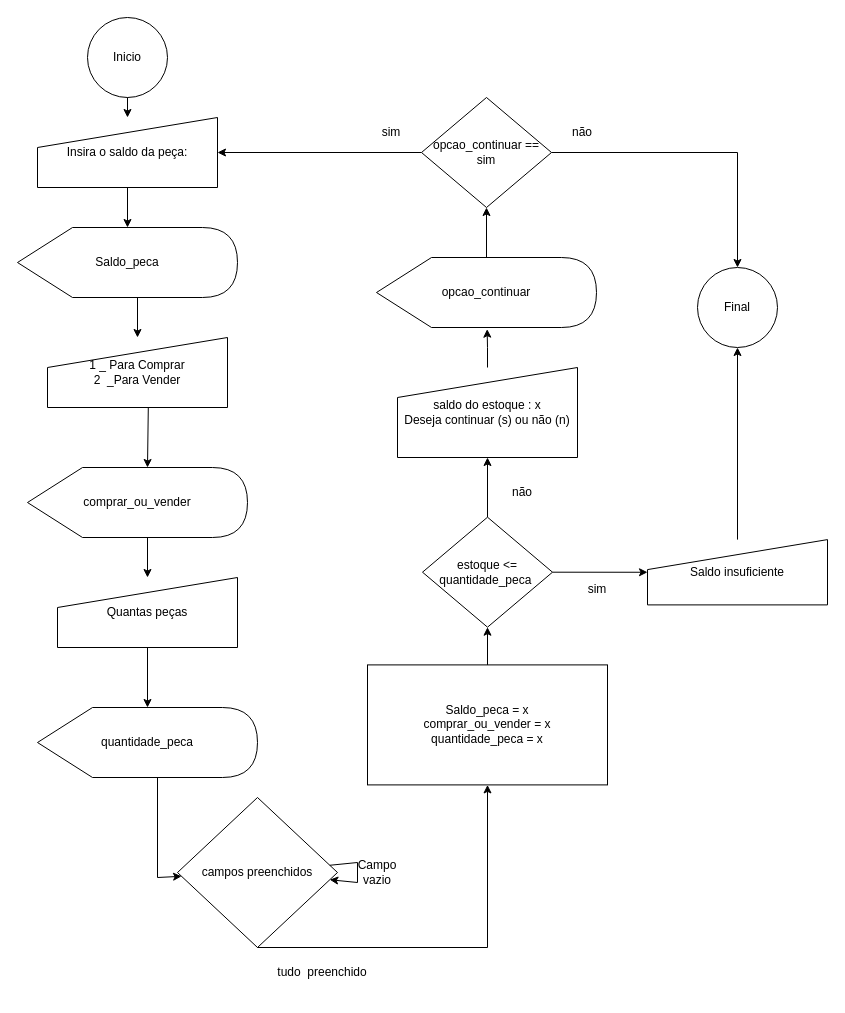
Above: Diagrama sem nome.drawio in Wsanbey/Logica_de_programacao_do_senae (draw.io), before the change. Source tidied: cells renumbered, new cells numbered last; positions are measured from the earlier drawing's top-left corner, leaving out a move shared by most shapes. Both pictures are drawn from the tidied source at 100%, with x=0, y=0 at pixel (17, 17).
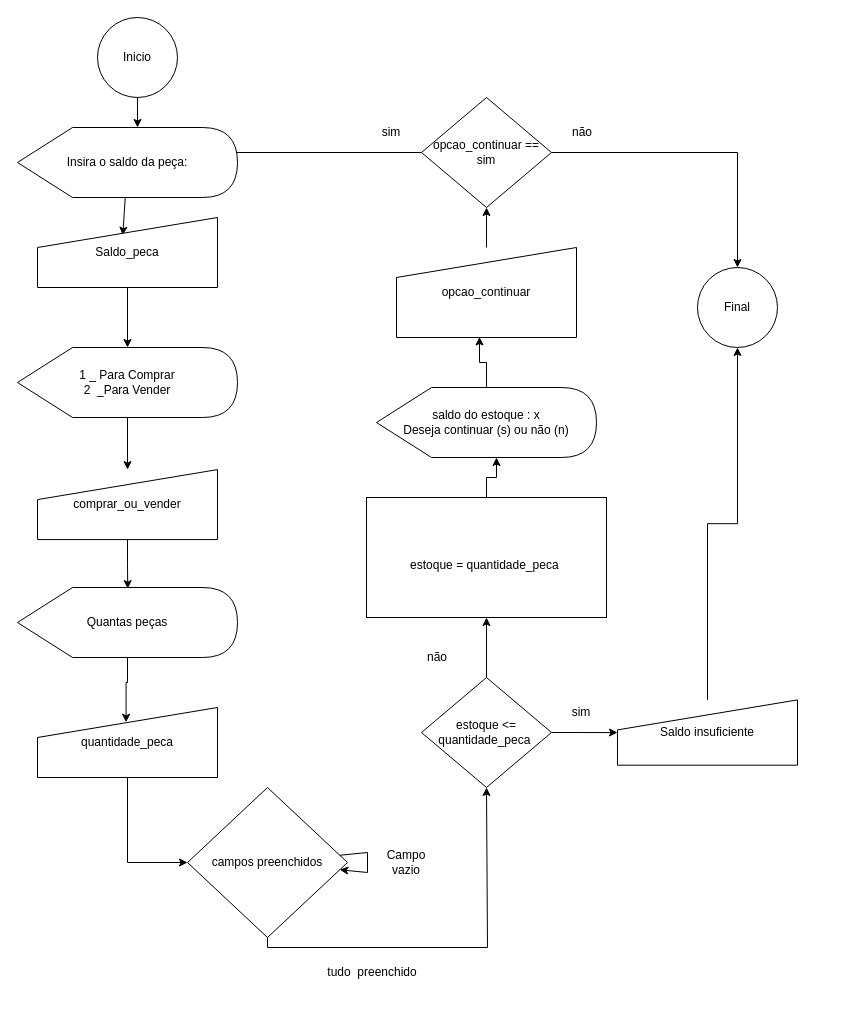
The same page after the edit.

Commit message:
redefinido os campos de entrada e saida de informações.drawio

Unchanged cells that the change refers to:
```xml
<mxCell id="35" value="opcao_continuar == sim" style="rhombus;whiteSpace=wrap;html=1;" parent="1" vertex="1">
  <mxGeometry x="404" y="80" width="130" height="110" as="geometry" />
</mxCell>
```

Change to the diagram source:
```diff
@@
     <mxCell id="2" value="Inicio" style="ellipse;whiteSpace=wrap;html=1;" parent="1" vertex="1">
-      <mxGeometry x="70" width="80" height="80" as="geometry" />
+      <mxGeometry x="80" width="80" height="80" as="geometry" />
     </mxCell>
-    <mxCell id="3" value="Insira o saldo da peça:" style="shape=manualInput;whiteSpace=wrap;html=1;" parent="1" vertex="1">
-      <mxGeometry x="20" y="100" width="180" height="70" as="geometry" />
-    </mxCell>
-    <mxCell id="4" value="Saldo_peca" style="shape=display;whiteSpace=wrap;html=1;" parent="1" vertex="1">
-      <mxGeometry y="210" width="220" height="70" as="geometry" />
-    </mxCell>
+    <mxCell id="40" style="edgeStyle=orthogonalEdgeStyle;rounded=0;jettySize=auto;html=1;entryX=0.5;entryY=1;entryDx=0;entryDy=0;" parent="1" edge="1" source="5" target="17">
+      <mxGeometry relative="1" as="geometry">
+        <Array as="points">
+          <mxPoint x="250" y="930" />
+          <mxPoint x="470" y="930" />
+        </Array>
+      </mxGeometry>
+    </mxCell>
     <mxCell id="5" value="campos preenchidos" style="rhombus;whiteSpace=wrap;html=1;" parent="1" vertex="1">
-      <mxGeometry x="160" y="780" width="160" height="150" as="geometry" />
+      <mxGeometry x="170" y="770" width="160" height="150" as="geometry" />
     </mxCell>
-    <mxCell id="6" value="Quantas peças" style="shape=manualInput;whiteSpace=wrap;html=1;" parent="1" vertex="1">
-      <mxGeometry x="40" y="560" width="180" height="70" as="geometry" />
-    </mxCell>
-    <mxCell id="7" value="1 _ Para Comprar&lt;br&gt;2&amp;nbsp; _Para Vender" style="shape=manualInput;whiteSpace=wrap;html=1;" parent="1" vertex="1">
-      <mxGeometry x="30" y="320" width="180" height="70" as="geometry" />
-    </mxCell>
-    <mxCell id="8" value="comprar_ou_vender" style="shape=display;whiteSpace=wrap;html=1;" parent="1" vertex="1">
-      <mxGeometry x="10" y="450" width="220" height="70" as="geometry" />
-    </mxCell>
-    <mxCell id="9" style="endArrow=classic;html=1;rounded=0;" parent="1" edge="1" source="2" target="3">
+    <mxCell id="9" style="endArrow=classic;html=1;rounded=0;entryX=0;entryY=0;entryDx=120;entryDy=0;entryPerimeter=0;" parent="1" edge="1" source="2" target="3">
       <mxGeometry relative="1" as="geometry" />
     </mxCell>
-    <mxCell id="10" style="endArrow=classic;html=1;rounded=0;" parent="1" edge="1" source="3" target="4">
+    <mxCell id="10" style="endArrow=classic;html=1;rounded=0;entryX=0.474;entryY=0.253;entryDx=0;entryDy=0;entryPerimeter=0;" parent="1" edge="1" source="3" target="4">
       <mxGeometry relative="1" as="geometry" />
     </mxCell>
-    <mxCell id="11" style="endArrow=classic;html=1;rounded=0;exitX=0;exitY=0;exitDx=120;exitDy=70;exitPerimeter=0;" parent="1" edge="1" source="4" target="7">
-      <mxGeometry relative="1" as="geometry" />
-    </mxCell>
-    <mxCell id="12" style="endArrow=classic;html=1;rounded=0;exitX=0.56;exitY=0.998;exitDx=0;exitDy=0;entryX=0;entryY=0;entryDx=120;entryDy=0;entryPerimeter=0;exitPerimeter=0;" parent="1" edge="1" source="7" target="8">
-      <mxGeometry relative="1" as="geometry" />
-    </mxCell>
@@
-    <mxCell id="14" style="endArrow=classic;html=1;rounded=0;exitX=0;exitY=0;exitDx=120;exitDy=70;exitPerimeter=0;" parent="1" edge="1" source="8" target="6">
-      <mxGeometry relative="1" as="geometry" />
-    </mxCell>
+    <mxCell id="41" style="edgeStyle=orthogonalEdgeStyle;rounded=0;jettySize=auto;html=1;entryX=0;entryY=0;entryDx=120;entryDy=70;entryPerimeter=0;" parent="1" edge="1" source="15" target="29">
+      <mxGeometry relative="1" as="geometry" />
+    </mxCell>
-    <mxCell id="15" value="Saldo_peca = x&lt;br&gt;comprar_ou_vender = x&lt;br&gt;quantidade_peca = x" style="rounded=0;whiteSpace=wrap;html=1;" parent="1" vertex="1">
-      <mxGeometry x="350" y="647.4" width="240" height="120" as="geometry" />
+    <mxCell id="15" value="&lt;br&gt;estoque = quantidade_peca&amp;nbsp;" style="rounded=0;whiteSpace=wrap;html=1;" parent="1" vertex="1">
+      <mxGeometry x="349" y="480" width="240" height="120" as="geometry" />
     </mxCell>
-    <mxCell id="16" style="endArrow=classic;html=1;rounded=0;exitX=0.5;exitY=1;exitDx=0;exitDy=0;" parent="1" edge="1" source="5" target="15">
-      <mxGeometry relative="1" as="geometry">
-        <Array as="points">
-          <mxPoint x="470" y="930" />
-        </Array>
-      </mxGeometry>
-    </mxCell>
+    <mxCell id="42" style="edgeStyle=orthogonalEdgeStyle;rounded=0;jettySize=auto;html=1;" parent="1" edge="1" source="17" target="15">
+      <mxGeometry relative="1" as="geometry" />
+    </mxCell>
     <mxCell id="17" value="estoque &amp;lt;= quantidade_peca&amp;nbsp;" style="rhombus;whiteSpace=wrap;html=1;" parent="1" vertex="1">
-      <mxGeometry x="405" y="499.7" width="130" height="110" as="geometry" />
+      <mxGeometry x="404" y="660" width="130" height="110" as="geometry" />
     </mxCell>
-    <mxCell id="18" style="endArrow=classic;html=1;rounded=0;exitX=0.5;exitY=0;exitDx=0;exitDy=0;" parent="1" edge="1" source="15" target="17">
-      <mxGeometry relative="1" as="geometry" />
-    </mxCell>
-    <mxCell id="19" value="quantidade_peca" style="shape=display;whiteSpace=wrap;html=1;" parent="1" vertex="1">
-      <mxGeometry x="20" y="690" width="220" height="70" as="geometry" />
-    </mxCell>
-    <mxCell id="20" style="endArrow=classic;html=1;rounded=0;exitX=0.5;exitY=1;exitDx=0;exitDy=0;" parent="1" edge="1" source="6" target="19">
-      <mxGeometry relative="1" as="geometry" />
-    </mxCell>
-    <mxCell id="21" style="endArrow=classic;html=1;rounded=0;exitX=0;exitY=0;exitDx=120;exitDy=70;exitPerimeter=0;" parent="1" edge="1" source="19" target="5">
-      <mxGeometry relative="1" as="geometry">
-        <Array as="points">
-          <mxPoint x="140" y="860" />
-        </Array>
-      </mxGeometry>
-    </mxCell>
     <mxCell id="22" value="tudo&amp;nbsp; preenchido" style="text;html=1;strokeColor=none;fillColor=none;align=center;verticalAlign=middle;whiteSpace=wrap;rounded=0;" parent="1" vertex="1">
-      <mxGeometry x="250" y="940" width="110" height="30" as="geometry" />
+      <mxGeometry x="300" y="940" width="110" height="30" as="geometry" />
     </mxCell>
     <mxCell id="23" value="Campo vazio" style="text;html=1;strokeColor=none;fillColor=none;align=center;verticalAlign=middle;whiteSpace=wrap;rounded=0;" parent="1" vertex="1">
-      <mxGeometry x="330" y="840" width="60" height="30" as="geometry" />
+      <mxGeometry x="359" y="830" width="60" height="30" as="geometry" />
     </mxCell>
     <mxCell id="24" value="sim" style="text;html=1;strokeColor=none;fillColor=none;align=center;verticalAlign=middle;whiteSpace=wrap;rounded=0;" parent="1" vertex="1">
-      <mxGeometry x="550" y="557.4" width="60" height="30" as="geometry" />
+      <mxGeometry x="534" y="680" width="60" height="30" as="geometry" />
     </mxCell>
@@
     <mxCell id="26" value="Saldo insuficiente" style="shape=manualInput;whiteSpace=wrap;html=1;" parent="1" vertex="1">
-      <mxGeometry x="630" y="522.1" width="180" height="65.3" as="geometry" />
+      <mxGeometry x="600" y="682.4" width="180" height="65.3" as="geometry" />
     </mxCell>
@@
-    <mxCell id="28" style="edgeStyle=orthogonalEdgeStyle;rounded=0;jettySize=auto;html=1;entryX=0.503;entryY=1.024;entryDx=0;entryDy=0;entryPerimeter=0;" parent="1" edge="1" source="29" target="39">
-      <mxGeometry relative="1" as="geometry" />
-    </mxCell>
-    <mxCell id="29" value="saldo do estoque : x&lt;br&gt;Deseja continuar (s) ou não (n)" style="shape=manualInput;whiteSpace=wrap;html=1;" parent="1" vertex="1">
-      <mxGeometry x="380" y="350" width="180" height="90" as="geometry" />
-    </mxCell>
-    <mxCell id="30" style="endArrow=classic;html=1;rounded=0;exitX=0.5;exitY=0;exitDx=0;exitDy=0;" parent="1" edge="1" source="17" target="29">
-      <mxGeometry relative="1" as="geometry" />
-    </mxCell>
     <mxCell id="31" value="não" style="text;html=1;strokeColor=none;fillColor=none;align=center;verticalAlign=middle;whiteSpace=wrap;rounded=0;" parent="1" vertex="1">
-      <mxGeometry x="475" y="460" width="60" height="30" as="geometry" />
+      <mxGeometry x="390" y="625" width="60" height="30" as="geometry" />
     </mxCell>
@@
-    <mxCell id="33" style="edgeStyle=orthogonalEdgeStyle;rounded=0;jettySize=auto;html=1;" parent="1" edge="1" source="35" target="3">
-      <mxGeometry relative="1" as="geometry" />
+    <mxCell id="33" style="edgeStyle=orthogonalEdgeStyle;rounded=0;jettySize=auto;html=1;" parent="1" edge="1" source="35">
+      <mxGeometry relative="1" as="geometry">
+        <mxPoint x="200" y="135" as="targetPoint" />
+      </mxGeometry>
     </mxCell>
@@
+    <mxCell id="11" style="edgeStyle=orthogonalEdgeStyle;rounded=0;jettySize=auto;html=1;" parent="1" edge="1" source="4" target="7">
+      <mxGeometry relative="1" as="geometry" />
+    </mxCell>
+    <mxCell id="4" value="Saldo_peca" style="shape=manualInput;whiteSpace=wrap;html=1;" parent="1" vertex="1">
+      <mxGeometry x="20" y="200" width="180" height="70" as="geometry" />
+    </mxCell>
+    <mxCell id="3" value="Insira o saldo da peça:" style="shape=display;whiteSpace=wrap;html=1;" parent="1" vertex="1">
+      <mxGeometry y="110" width="220" height="70" as="geometry" />
+    </mxCell>
+    <mxCell id="14" style="edgeStyle=orthogonalEdgeStyle;rounded=0;jettySize=auto;html=1;entryX=0.501;entryY=0.016;entryDx=0;entryDy=0;entryPerimeter=0;" parent="1" edge="1" source="8" target="6">
+      <mxGeometry relative="1" as="geometry" />
+    </mxCell>
+    <mxCell id="8" value="comprar_ou_vender" style="shape=manualInput;whiteSpace=wrap;html=1;" parent="1" vertex="1">
+      <mxGeometry x="20" y="452.1" width="180" height="70" as="geometry" />
+    </mxCell>
+    <mxCell id="12" style="edgeStyle=orthogonalEdgeStyle;rounded=0;jettySize=auto;html=1;" parent="1" edge="1" source="7" target="8">
+      <mxGeometry relative="1" as="geometry" />
+    </mxCell>
+    <mxCell id="7" value="1 _ Para Comprar&lt;br&gt;2&amp;nbsp; _Para Vender" style="shape=display;whiteSpace=wrap;html=1;" parent="1" vertex="1">
+      <mxGeometry y="330" width="220" height="70" as="geometry" />
+    </mxCell>
+    <mxCell id="21" style="edgeStyle=orthogonalEdgeStyle;rounded=0;jettySize=auto;html=1;entryX=0;entryY=0.5;entryDx=0;entryDy=0;" parent="1" edge="1" source="19" target="5">
+      <mxGeometry relative="1" as="geometry" />
+    </mxCell>
+    <mxCell id="19" value="quantidade_peca" style="shape=manualInput;whiteSpace=wrap;html=1;" parent="1" vertex="1">
+      <mxGeometry x="20" y="690" width="180" height="70" as="geometry" />
+    </mxCell>
+    <mxCell id="20" style="edgeStyle=orthogonalEdgeStyle;rounded=0;jettySize=auto;html=1;entryX=0.492;entryY=0.211;entryDx=0;entryDy=0;entryPerimeter=0;" parent="1" edge="1" source="6" target="19">
+      <mxGeometry relative="1" as="geometry" />
+    </mxCell>
+    <mxCell id="6" value="Quantas peças" style="shape=display;whiteSpace=wrap;html=1;" parent="1" vertex="1">
+      <mxGeometry y="570" width="220" height="70" as="geometry" />
+    </mxCell>
@@
-    <mxCell id="39" value="opcao_continuar" style="shape=display;whiteSpace=wrap;html=1;" parent="1" vertex="1">
-      <mxGeometry x="359" y="240" width="220" height="70" as="geometry" />
+    <mxCell id="39" value="opcao_continuar" style="shape=manualInput;whiteSpace=wrap;html=1;" parent="1" vertex="1">
+      <mxGeometry x="379" y="230" width="180" height="90" as="geometry" />
     </mxCell>
+    <mxCell id="28" style="edgeStyle=orthogonalEdgeStyle;rounded=0;jettySize=auto;html=1;entryX=0.461;entryY=0.994;entryDx=0;entryDy=0;entryPerimeter=0;" parent="1" edge="1" source="29" target="39">
+      <mxGeometry relative="1" as="geometry" />
+    </mxCell>
+    <mxCell id="29" value="saldo do estoque : x&lt;br&gt;Deseja continuar (s) ou não (n)" style="shape=display;whiteSpace=wrap;html=1;" parent="1" vertex="1">
+      <mxGeometry x="359" y="370" width="220" height="70" as="geometry" />
+    </mxCell>
+    <mxCell id="43" style="edgeStyle=orthogonalEdgeStyle;rounded=0;orthogonalLoop=1;jettySize=auto;html=1;exitX=0.5;exitY=1;exitDx=0;exitDy=0;" parent="1" edge="1" source="22" target="22">
+      <mxGeometry relative="1" as="geometry" />
+    </mxCell>
```
